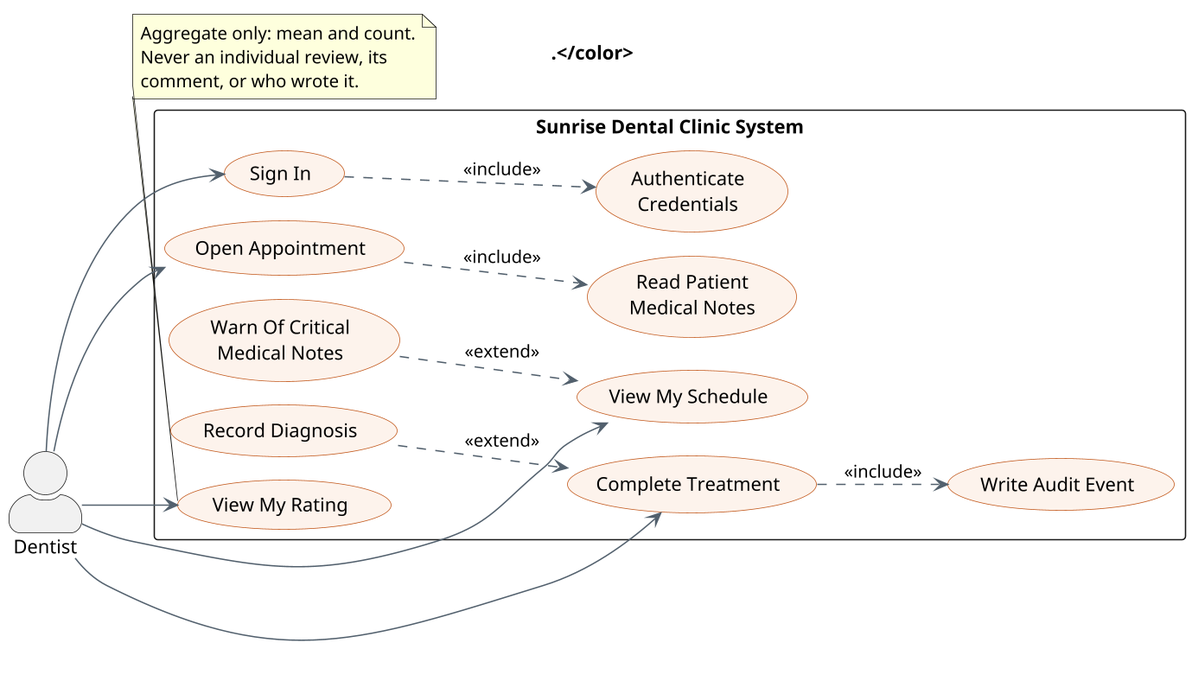
Above: modular/docs/use-case/use_case_dentist.png in ShakyaRanasinghe/sunrise-dental-clinic (PlantUML), before the change.
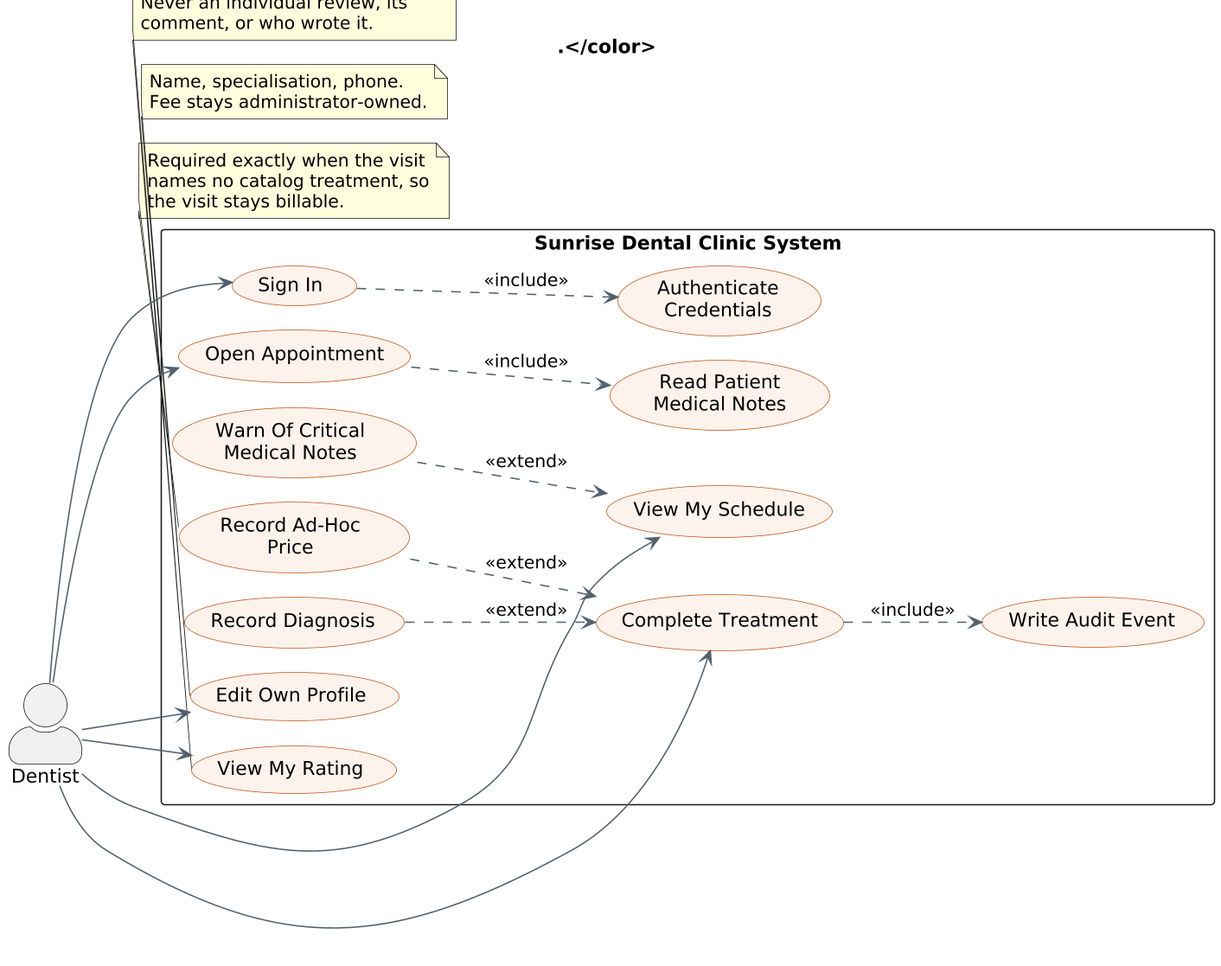
After the commit.

What changed in the source:
```diff
@@ -27,6 +27,8 @@
   usecase "Read Patient\nMedical Notes" as UC_NOTES
   usecase "Complete Treatment" as UC_DONE
   usecase "Record Diagnosis" as UC_DIAG
+  usecase "Record Ad-Hoc\nPrice" as UC_PRICE
+  usecase "Edit Own Profile" as UC_PROF
   usecase "Write Audit Event" as UC_AUDIT
   usecase "View My Rating" as UC_RATE
 }
@@ -35,14 +37,27 @@
 DN --> UC_SCHED
 DN --> UC_OPEN
 DN --> UC_DONE
+DN --> UC_PROF
 DN --> UC_RATE
 
 UC_LOGIN ..> UC_AUTH  : <<include>>
 UC_OPEN  ..> UC_NOTES : <<include>>
 UC_DONE  ..> UC_AUDIT : <<include>>
 
-UC_WARN ..> UC_SCHED : <<extend>>
-UC_DIAG ..> UC_DONE  : <<extend>>
+UC_WARN  ..> UC_SCHED : <<extend>>
+UC_DIAG  ..> UC_DONE  : <<extend>>
+UC_PRICE ..> UC_DONE  : <<extend>>
+
+note bottom of UC_PRICE
+  Required exactly when the visit
+  names no catalog treatment, so
+  the visit stays billable.
+end note
+
+note bottom of UC_PROF
+  Name, specialisation, phone.
+  Fee stays administrator-owned.
+end note
 
 note bottom of UC_RATE
   Aggregate only: mean and count.
```
